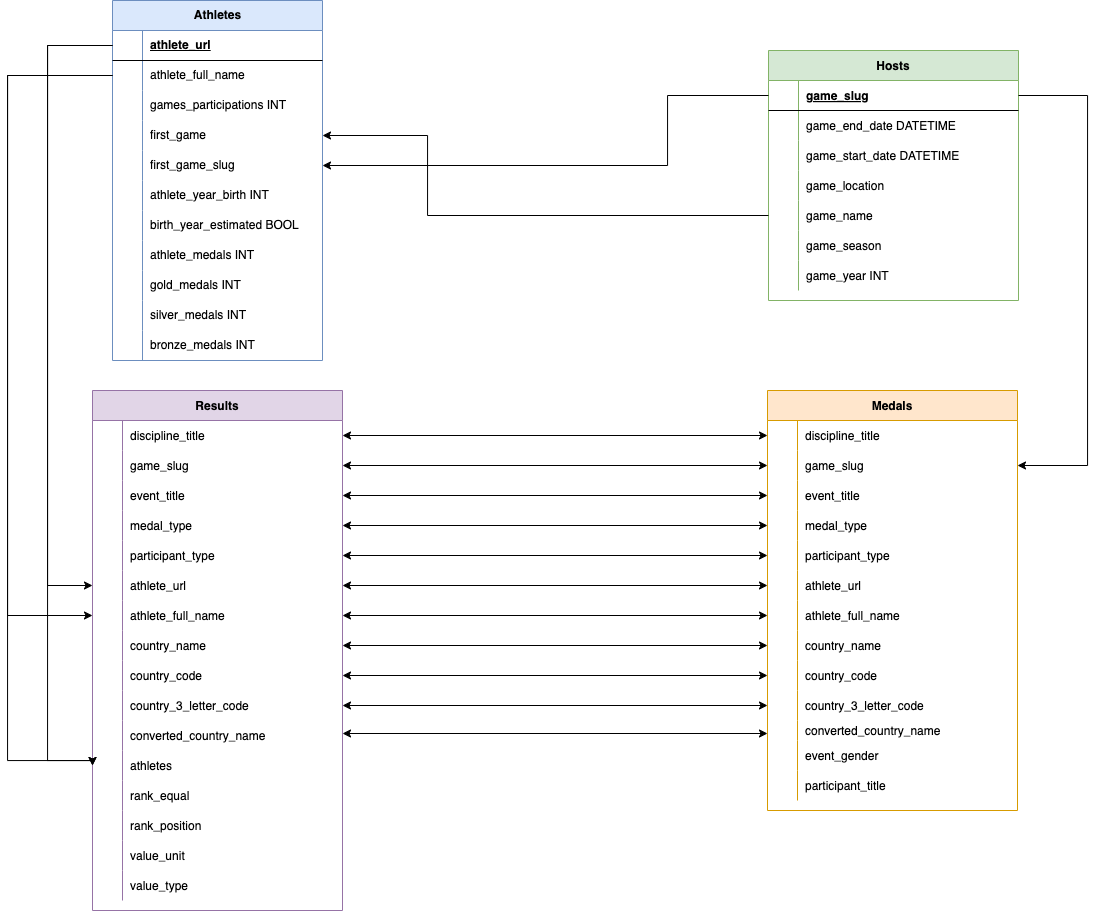
Before: MER_DatosProcesados.drawio.png, a diagram exported from draw.io (Hiro1308/obligatorio_olimpiadas). Source tidied: cells renumbered, new cells last; positions are measured from the earlier drawing's top-left corner, leaving out a move shared by most shapes.
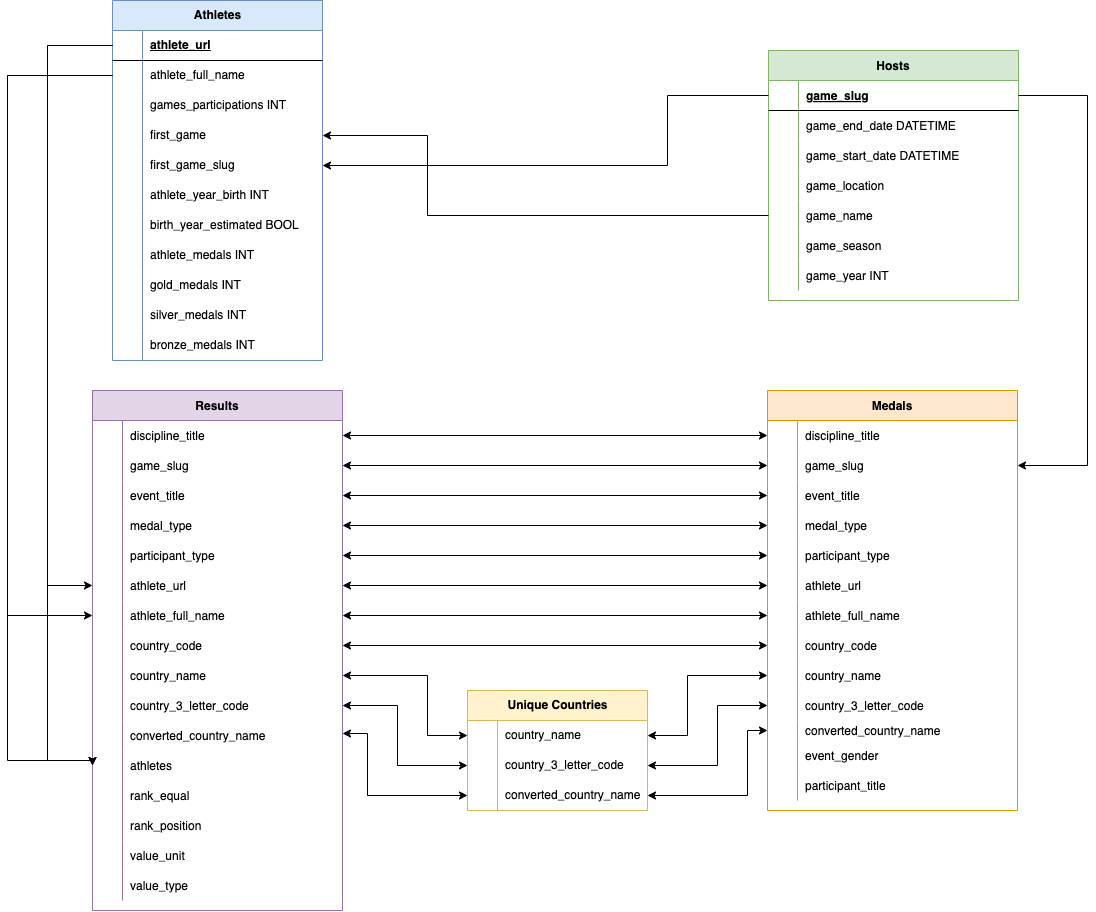
After the commit.

The edit, as a diff of the source:
```diff
@@ -134,8 +134,17 @@
     <mxCell id="45" value="athlete_full_name" style="shape=partialRectangle;overflow=hidden;fillColor=none;top=0;left=0;bottom=0;right=0;align=left;spacingLeft=6;" parent="43" vertex="1">
       <mxGeometry x="30" width="220" height="30" as="geometry" />
     </mxCell>
+    <mxCell id="49" style="shape=partialRectangle;fillColor=none;points=[[0,0.5],[1,0.5]];portConstraint=eastwest;top=0;left=0;right=0;bottom=0;" parent="24" vertex="1">
+      <mxGeometry y="240" width="250" height="30" as="geometry" />
+    </mxCell>
+    <mxCell id="50" style="shape=partialRectangle;overflow=hidden;fillColor=none;top=0;left=0;bottom=0;right=0;" parent="49" vertex="1">
+      <mxGeometry width="30" height="30" as="geometry" />
+    </mxCell>
+    <mxCell id="51" value="country_code" style="shape=partialRectangle;overflow=hidden;fillColor=none;top=0;left=0;bottom=0;right=0;align=left;spacingLeft=6;" parent="49" vertex="1">
+      <mxGeometry x="30" width="220" height="30" as="geometry" />
+    </mxCell>
     <mxCell id="46" style="shape=partialRectangle;fillColor=none;points=[[0,0.5],[1,0.5]];portConstraint=eastwest;top=0;left=0;right=0;bottom=0;" parent="24" vertex="1">
-      <mxGeometry y="240" width="250" height="30" as="geometry" />
+      <mxGeometry y="270" width="250" height="30" as="geometry" />
     </mxCell>
     <mxCell id="47" style="shape=partialRectangle;overflow=hidden;fillColor=none;top=0;left=0;bottom=0;right=0;" parent="46" vertex="1">
       <mxGeometry width="30" height="30" as="geometry" />
@@ -143,15 +152,6 @@
     <mxCell id="48" value="country_name" style="shape=partialRectangle;overflow=hidden;fillColor=none;top=0;left=0;bottom=0;right=0;align=left;spacingLeft=6;" parent="46" vertex="1">
       <mxGeometry x="30" width="220" height="30" as="geometry" />
     </mxCell>
-    <mxCell id="49" style="shape=partialRectangle;fillColor=none;points=[[0,0.5],[1,0.5]];portConstraint=eastwest;top=0;left=0;right=0;bottom=0;" parent="24" vertex="1">
-      <mxGeometry y="270" width="250" height="30" as="geometry" />
-    </mxCell>
-    <mxCell id="50" style="shape=partialRectangle;overflow=hidden;fillColor=none;top=0;left=0;bottom=0;right=0;" parent="49" vertex="1">
-      <mxGeometry width="30" height="30" as="geometry" />
-    </mxCell>
-    <mxCell id="51" value="country_code" style="shape=partialRectangle;overflow=hidden;fillColor=none;top=0;left=0;bottom=0;right=0;align=left;spacingLeft=6;" parent="49" vertex="1">
-      <mxGeometry x="30" width="220" height="30" as="geometry" />
-    </mxCell>
     <mxCell id="52" style="shape=partialRectangle;fillColor=none;points=[[0,0.5],[1,0.5]];portConstraint=eastwest;top=0;left=0;right=0;bottom=0;" parent="24" vertex="1">
       <mxGeometry y="300" width="250" height="30" as="geometry" />
     </mxCell>
@@ -356,8 +356,17 @@
     <mxCell id="119" value="athlete_full_name" style="shape=partialRectangle;overflow=hidden;fillColor=none;top=0;left=0;bottom=0;right=0;align=left;spacingLeft=6;" parent="117" vertex="1">
       <mxGeometry x="30" width="220" height="30" as="geometry" />
     </mxCell>
+    <mxCell id="123" style="shape=partialRectangle;fillColor=none;points=[[0,0.5],[1,0.5]];portConstraint=eastwest;top=0;left=0;right=0;bottom=0;" parent="98" vertex="1">
+      <mxGeometry y="240" width="250" height="30" as="geometry" />
+    </mxCell>
+    <mxCell id="124" style="shape=partialRectangle;overflow=hidden;fillColor=none;top=0;left=0;bottom=0;right=0;" parent="123" vertex="1">
+      <mxGeometry width="30" height="30" as="geometry" />
+    </mxCell>
+    <mxCell id="125" value="country_code" style="shape=partialRectangle;overflow=hidden;fillColor=none;top=0;left=0;bottom=0;right=0;align=left;spacingLeft=6;" parent="123" vertex="1">
+      <mxGeometry x="30" width="220" height="30" as="geometry" />
+    </mxCell>
     <mxCell id="120" style="shape=partialRectangle;fillColor=none;points=[[0,0.5],[1,0.5]];portConstraint=eastwest;top=0;left=0;right=0;bottom=0;" parent="98" vertex="1">
-      <mxGeometry y="240" width="250" height="30" as="geometry" />
+      <mxGeometry y="270" width="250" height="30" as="geometry" />
     </mxCell>
     <mxCell id="121" style="shape=partialRectangle;overflow=hidden;fillColor=none;top=0;left=0;bottom=0;right=0;" parent="120" vertex="1">
       <mxGeometry width="30" height="30" as="geometry" />
@@ -365,15 +374,6 @@
     <mxCell id="122" value="country_name" style="shape=partialRectangle;overflow=hidden;fillColor=none;top=0;left=0;bottom=0;right=0;align=left;spacingLeft=6;" parent="120" vertex="1">
       <mxGeometry x="30" width="220" height="30" as="geometry" />
     </mxCell>
-    <mxCell id="123" style="shape=partialRectangle;fillColor=none;points=[[0,0.5],[1,0.5]];portConstraint=eastwest;top=0;left=0;right=0;bottom=0;" parent="98" vertex="1">
-      <mxGeometry y="270" width="250" height="30" as="geometry" />
-    </mxCell>
-    <mxCell id="124" style="shape=partialRectangle;overflow=hidden;fillColor=none;top=0;left=0;bottom=0;right=0;" parent="123" vertex="1">
-      <mxGeometry width="30" height="30" as="geometry" />
-    </mxCell>
-    <mxCell id="125" value="country_code" style="shape=partialRectangle;overflow=hidden;fillColor=none;top=0;left=0;bottom=0;right=0;align=left;spacingLeft=6;" parent="123" vertex="1">
-      <mxGeometry x="30" width="220" height="30" as="geometry" />
-    </mxCell>
     <mxCell id="126" style="shape=partialRectangle;fillColor=none;points=[[0,0.5],[1,0.5]];portConstraint=eastwest;top=0;left=0;right=0;bottom=0;" parent="98" vertex="1">
       <mxGeometry y="300" width="250" height="30" as="geometry" />
     </mxCell>
@@ -463,14 +463,24 @@
     <mxCell id="153" style="edgeStyle=orthogonalEdgeStyle;rounded=0;jettySize=auto;html=1;exitX=1;exitY=0.5;exitDx=0;exitDy=0;entryX=0;entryY=0.5;entryDx=0;entryDy=0;startArrow=classic;startFill=1;" parent="1" edge="1" source="111" target="37">
       <mxGeometry relative="1" as="geometry" />
     </mxCell>
-    <mxCell id="154" style="edgeStyle=orthogonalEdgeStyle;rounded=0;jettySize=auto;html=1;exitX=1;exitY=0.5;exitDx=0;exitDy=0;entryX=0;entryY=0.5;entryDx=0;entryDy=0;startArrow=classic;startFill=1;" parent="1" edge="1" source="120" target="46">
-      <mxGeometry relative="1" as="geometry" />
+    <mxCell id="154" style="edgeStyle=orthogonalEdgeStyle;rounded=0;jettySize=auto;html=1;exitX=1;exitY=0.5;exitDx=0;exitDy=0;entryX=0;entryY=0.5;entryDx=0;entryDy=0;startArrow=classic;startFill=1;" parent="1" edge="1" source="120" target="166">
+      <mxGeometry relative="1" as="geometry">
+        <Array as="points">
+          <mxPoint x="420" y="675" />
+          <mxPoint x="420" y="735" />
+        </Array>
+      </mxGeometry>
     </mxCell>
     <mxCell id="155" style="edgeStyle=orthogonalEdgeStyle;rounded=0;jettySize=auto;html=1;entryX=0;entryY=0.5;entryDx=0;entryDy=0;startArrow=classic;startFill=1;" parent="1" edge="1" source="123" target="49">
       <mxGeometry relative="1" as="geometry" />
     </mxCell>
-    <mxCell id="156" style="edgeStyle=orthogonalEdgeStyle;rounded=0;jettySize=auto;html=1;entryX=0;entryY=0.5;entryDx=0;entryDy=0;startArrow=classic;startFill=1;" parent="1" edge="1" source="126" target="52">
-      <mxGeometry relative="1" as="geometry" />
+    <mxCell id="156" style="edgeStyle=orthogonalEdgeStyle;rounded=0;jettySize=auto;html=1;startArrow=classic;startFill=1;entryX=0;entryY=0.5;entryDx=0;entryDy=0;" parent="1" edge="1" source="126" target="169">
+      <mxGeometry relative="1" as="geometry">
+        <Array as="points">
+          <mxPoint x="390" y="705" />
+          <mxPoint x="390" y="765" />
+        </Array>
+      </mxGeometry>
     </mxCell>
     <mxCell id="157" style="edgeStyle=orthogonalEdgeStyle;rounded=0;jettySize=auto;html=1;exitX=1;exitY=0.5;exitDx=0;exitDy=0;entryX=1;entryY=0.5;entryDx=0;entryDy=0;" parent="1" edge="1" source="3" target="28">
       <mxGeometry relative="1" as="geometry">
@@ -525,11 +535,68 @@
         </Array>
       </mxGeometry>
     </mxCell>
-    <mxCell id="164" style="edgeStyle=orthogonalEdgeStyle;rounded=0;orthogonalLoop=1;jettySize=auto;html=1;entryX=0;entryY=0.5;entryDx=0;entryDy=0;startArrow=classic;startFill=1;" parent="1" edge="1">
+    <mxCell id="164" style="edgeStyle=orthogonalEdgeStyle;rounded=0;jettySize=auto;html=1;entryX=0;entryY=0.5;entryDx=0;entryDy=0;startArrow=classic;startFill=1;" parent="1" edge="1" target="172">
       <mxGeometry relative="1" as="geometry">
         <mxPoint x="335" y="733" as="sourcePoint" />
-        <mxPoint x="760" y="733" as="targetPoint" />
+        <Array as="points">
+          <mxPoint x="360" y="733" />
+          <mxPoint x="360" y="795" />
+        </Array>
       </mxGeometry>
     </mxCell>
+    <mxCell id="165" value="Unique Countries" style="shape=table;startSize=30;rowLines=0;fontStyle=1;align=center;html=1;fillColor=#fff2cc;strokeColor=#d6b656;" parent="1" vertex="1">
+      <mxGeometry x="460" y="690" width="180" height="120" as="geometry" />
+    </mxCell>
+    <mxCell id="166" style="shape=tableRow;horizontal=0;startSize=0;swimlaneHead=0;swimlaneBody=0;fillColor=none;points=[[0,0.5],[1,0.5]];portConstraint=eastwest;top=0;left=0;right=0;bottom=0;" parent="165" vertex="1">
+      <mxGeometry y="30" width="180" height="30" as="geometry" />
+    </mxCell>
+    <mxCell id="167" style="shape=partialRectangle;fillColor=none;top=0;left=0;bottom=0;right=0;overflow=hidden;whiteSpace=wrap;html=1;" parent="166" vertex="1">
+      <mxGeometry width="30" height="30" as="geometry" />
+    </mxCell>
+    <mxCell id="168" value="country_name" style="shape=partialRectangle;fillColor=none;top=0;left=0;bottom=0;right=0;align=left;spacingLeft=6;overflow=hidden;whiteSpace=wrap;html=1;" parent="166" vertex="1">
+      <mxGeometry x="30" width="150" height="30" as="geometry" />
+    </mxCell>
+    <mxCell id="169" style="shape=tableRow;horizontal=0;startSize=0;swimlaneHead=0;swimlaneBody=0;fillColor=none;points=[[0,0.5],[1,0.5]];portConstraint=eastwest;top=0;left=0;right=0;bottom=0;" parent="165" vertex="1">
+      <mxGeometry y="60" width="180" height="30" as="geometry" />
+    </mxCell>
+    <mxCell id="170" style="shape=partialRectangle;fillColor=none;top=0;left=0;bottom=0;right=0;overflow=hidden;whiteSpace=wrap;html=1;" parent="169" vertex="1">
+      <mxGeometry width="30" height="30" as="geometry" />
+    </mxCell>
+    <mxCell id="171" value="country_3_letter_code" style="shape=partialRectangle;fillColor=none;top=0;left=0;bottom=0;right=0;align=left;spacingLeft=6;overflow=hidden;whiteSpace=wrap;html=1;" parent="169" vertex="1">
+      <mxGeometry x="30" width="150" height="30" as="geometry" />
+    </mxCell>
+    <mxCell id="172" style="shape=tableRow;horizontal=0;startSize=0;swimlaneHead=0;swimlaneBody=0;fillColor=none;points=[[0,0.5],[1,0.5]];portConstraint=eastwest;top=0;left=0;right=0;bottom=0;" parent="165" vertex="1">
+      <mxGeometry y="90" width="180" height="30" as="geometry" />
+    </mxCell>
+    <mxCell id="173" style="shape=partialRectangle;fillColor=none;top=0;left=0;bottom=0;right=0;overflow=hidden;whiteSpace=wrap;html=1;" parent="172" vertex="1">
+      <mxGeometry width="30" height="30" as="geometry" />
+    </mxCell>
+    <mxCell id="174" value="converted_country_name" style="shape=partialRectangle;fillColor=none;top=0;left=0;bottom=0;right=0;align=left;spacingLeft=6;overflow=hidden;whiteSpace=wrap;html=1;" parent="172" vertex="1">
+      <mxGeometry x="30" width="150" height="30" as="geometry" />
+    </mxCell>
+    <mxCell id="175" style="edgeStyle=orthogonalEdgeStyle;rounded=0;jettySize=auto;html=1;exitX=1;exitY=0.5;exitDx=0;exitDy=0;entryX=0;entryY=0.5;entryDx=0;entryDy=0;startArrow=classic;startFill=1;" parent="1" edge="1" source="166" target="46">
+      <mxGeometry relative="1" as="geometry">
+        <Array as="points">
+          <mxPoint x="680" y="735" />
+          <mxPoint x="680" y="675" />
+        </Array>
+      </mxGeometry>
+    </mxCell>
+    <mxCell id="176" style="edgeStyle=orthogonalEdgeStyle;rounded=0;jettySize=auto;html=1;exitX=1;exitY=0.5;exitDx=0;exitDy=0;entryX=0;entryY=0.5;entryDx=0;entryDy=0;startArrow=classic;startFill=1;" parent="1" edge="1" source="169" target="52">
+      <mxGeometry relative="1" as="geometry">
+        <Array as="points">
+          <mxPoint x="710" y="765" />
+          <mxPoint x="710" y="705" />
+        </Array>
+      </mxGeometry>
+    </mxCell>
+    <mxCell id="177" style="edgeStyle=orthogonalEdgeStyle;rounded=0;jettySize=auto;html=1;exitX=1;exitY=0.5;exitDx=0;exitDy=0;startArrow=classic;startFill=1;" parent="1" edge="1" source="172" target="55">
+      <mxGeometry relative="1" as="geometry">
+        <Array as="points">
+          <mxPoint x="740" y="795" />
+          <mxPoint x="740" y="730" />
+        </Array>
+      </mxGeometry>
+    </mxCell>
   </root>
 </mxGraphModel>
```
